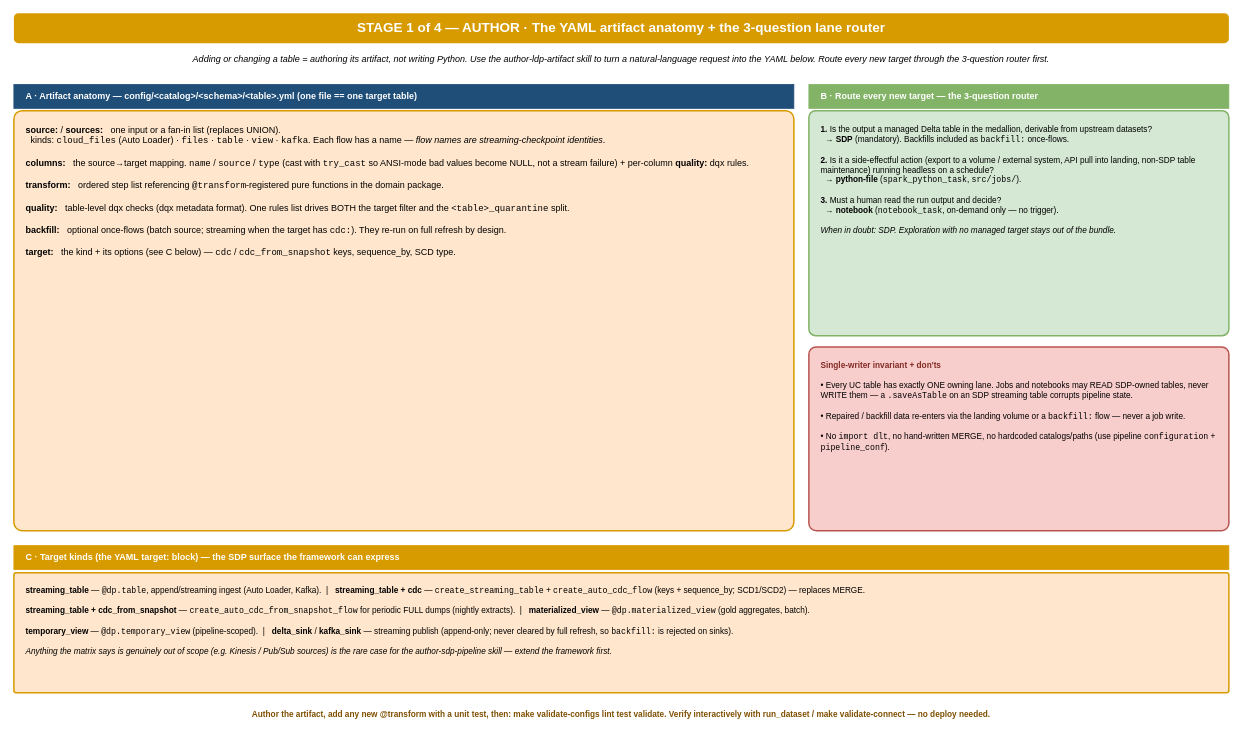
This is page "2 - AUTHOR - Artifact + lane router" (2 of 5) of design/01_design_config_driven_medallion.drawio from Vegash09/Demo_Lab, a draw.io file, before an edit. Source tidied: cells renumbered, new cells numbered last; positions are measured from the earlier drawing's top-left corner, leaving out a move shared by most shapes. Both pictures are drawn from the tidied source at 75%, with x=0, y=0 at pixel (14, 13).
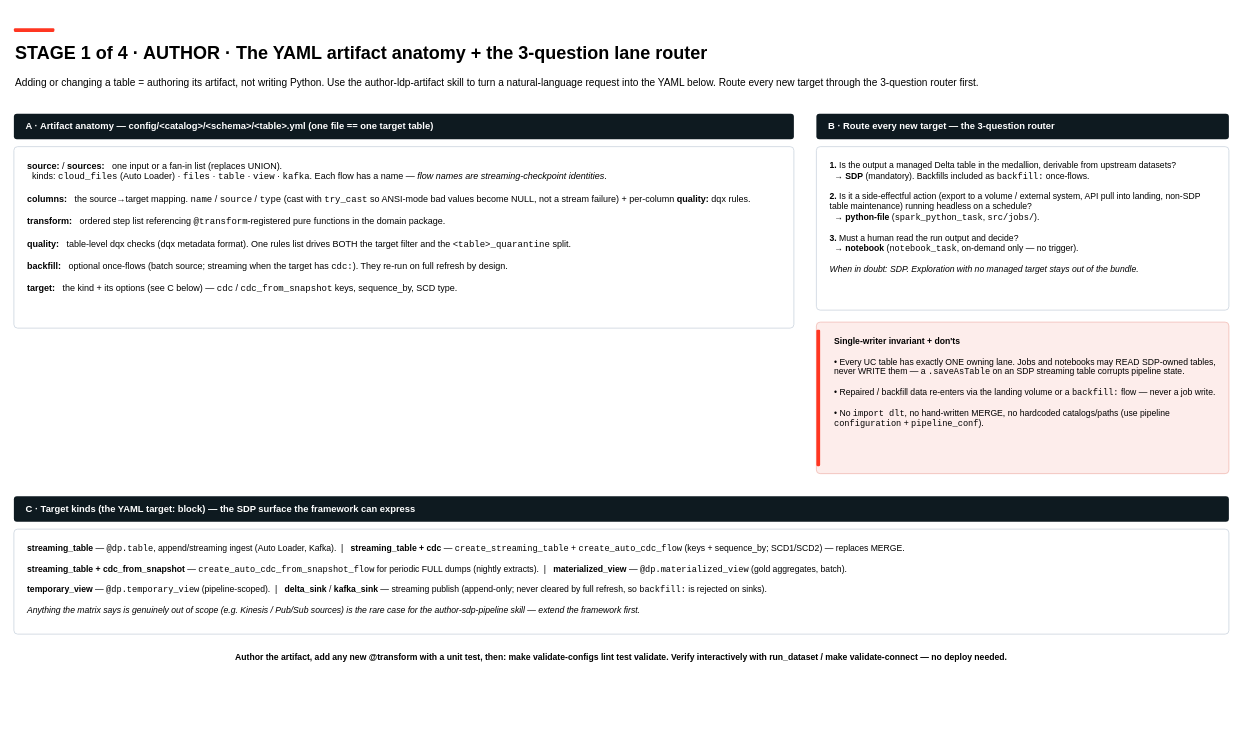
After the change.

The edit, as a diff of the source:
```diff
@@
 <mxGraphModel>
   <root>
     <mxCell id="0" />
     <mxCell id="1" parent="0" />
-    <mxCell id="2" value="STAGE 1 of 4  —  AUTHOR  ·  The YAML artifact anatomy + the 3-question lane router" style="text;html=1;strokeColor=none;fillColor=#D79B00;fontColor=#FFFFFF;align=center;verticalAlign=middle;whiteSpace=wrap;rounded=1;fontSize=18;fontStyle=1;" parent="1" vertex="1">
-      <mxGeometry width="1620" height="40" as="geometry" />
-    </mxCell>
+    <mxCell id="12" style="rounded=1;absoluteArcSize=1;arcSize=3;whiteSpace=wrap;html=1;fillColor=#FF3621;strokeColor=none;strokeWidth=1;fontColor=#000000;fontSize=13;align=center;verticalAlign=middle;spacingLeft=8;spacingRight=8;spacingTop=6;spacingBottom=6;fontFamily=Helvetica;" parent="1" vertex="1">
+      <mxGeometry y="20" width="54" height="5" as="geometry" />
+    </mxCell>
+    <mxCell id="13" value="&lt;b&gt;STAGE 1 of 4 · AUTHOR · The YAML artifact anatomy + the 3-question lane router&lt;/b&gt;" style="text;html=1;strokeColor=none;fillColor=none;align=left;verticalAlign=middle;whiteSpace=wrap;fontSize=24;fontColor=#000000;fontFamily=Helvetica;" parent="1" vertex="1">
+      <mxGeometry y="34" width="1620" height="38" as="geometry" />
+    </mxCell>
-    <mxCell id="3" value="Adding or changing a table = authoring its artifact, not writing Python. Use the author-ldp-artifact skill to turn a natural-language request into the YAML below. Route every new target through the 3-question router first." style="text;html=1;align=center;verticalAlign=middle;whiteSpace=wrap;fontSize=12;fontStyle=2;" parent="1" vertex="1">
-      <mxGeometry y="45" width="1620" height="34" as="geometry" />
+    <mxCell id="3" value="Adding or changing a table = authoring its artifact, not writing Python. Use the author-ldp-artifact skill to turn a natural-language request into the YAML below. Route every new target through the 3-question router first." style="text;html=1;strokeColor=none;fillColor=none;align=left;verticalAlign=middle;whiteSpace=wrap;fontSize=13.5;fontColor=#000000;fontFamily=Helvetica;" parent="1" vertex="1">
+      <mxGeometry y="78" width="1620" height="30" as="geometry" />
     </mxCell>
-    <mxCell id="4" value="A  ·  Artifact anatomy  —  config/&amp;lt;catalog&amp;gt;/&amp;lt;schema&amp;gt;/&amp;lt;table&amp;gt;.yml  (one file == one target table)" style="rounded=0;whiteSpace=wrap;html=1;fillColor=#1F4E79;strokeColor=#1F4E79;fontColor=#FFFFFF;align=left;verticalAlign=middle;spacingLeft=14;fontSize=12;fontStyle=1;" parent="1" vertex="1">
-      <mxGeometry y="95" width="1040" height="32" as="geometry" />
+    <mxCell id="4" value="&lt;b&gt;A  ·  Artifact anatomy  —  config/&amp;lt;catalog&amp;gt;/&amp;lt;schema&amp;gt;/&amp;lt;table&amp;gt;.yml  (one file == one target table)&lt;/b&gt;" style="rounded=1;absoluteArcSize=1;arcSize=8;whiteSpace=wrap;html=1;fillColor=#0E1A20;strokeColor=none;strokeWidth=1;fontColor=#FFFFFF;fontSize=12.5;align=left;verticalAlign=middle;spacingLeft=14;spacingRight=8;spacingTop=6;spacingBottom=6;fontFamily=Helvetica;" parent="1" vertex="1">
+      <mxGeometry y="134" width="1040" height="34" as="geometry" />
     </mxCell>
+    <mxCell id="6" value="&lt;b&gt;B  ·  Route every new target — the 3-question router&lt;/b&gt;" style="rounded=1;absoluteArcSize=1;arcSize=8;whiteSpace=wrap;html=1;fillColor=#0E1A20;strokeColor=none;strokeWidth=1;fontColor=#FFFFFF;fontSize=12.5;align=left;verticalAlign=middle;spacingLeft=14;spacingRight=8;spacingTop=6;spacingBottom=6;fontFamily=Helvetica;" parent="1" vertex="1">
+      <mxGeometry x="1070" y="134" width="550" height="34" as="geometry" />
+    </mxCell>
-    <mxCell id="5" value="&lt;b&gt;source:&lt;/b&gt; / &lt;b&gt;sources:&lt;/b&gt;&amp;nbsp;&amp;nbsp; one input or a fan-in list (replaces UNION).&lt;br&gt;&amp;nbsp;&amp;nbsp;kinds: &lt;tt&gt;cloud_files&lt;/tt&gt; (Auto Loader) · &lt;tt&gt;files&lt;/tt&gt; · &lt;tt&gt;table&lt;/tt&gt; · &lt;tt&gt;view&lt;/tt&gt; · &lt;tt&gt;kafka&lt;/tt&gt;. Each flow has a name — &lt;i&gt;flow names are streaming-checkpoint identities&lt;/i&gt;.&lt;br&gt;&lt;br&gt;&lt;b&gt;columns:&lt;/b&gt;&amp;nbsp;&amp;nbsp; the source→target mapping. &lt;tt&gt;name&lt;/tt&gt; / &lt;tt&gt;source&lt;/tt&gt; / &lt;tt&gt;type&lt;/tt&gt; (cast with &lt;tt&gt;try_cast&lt;/tt&gt; so ANSI-mode bad values become NULL, not a stream failure) + per-column &lt;b&gt;quality:&lt;/b&gt; dqx rules.&lt;br&gt;&lt;br&gt;&lt;b&gt;transform:&lt;/b&gt;&amp;nbsp;&amp;nbsp; ordered step list referencing &lt;tt&gt;@transform&lt;/tt&gt;-registered pure functions in the domain package.&lt;br&gt;&lt;br&gt;&lt;b&gt;quality:&lt;/b&gt;&amp;nbsp;&amp;nbsp; table-level dqx checks (dqx metadata format). One rules list drives BOTH the target filter and the &lt;tt&gt;&amp;lt;table&amp;gt;_quarantine&lt;/tt&gt; split.&lt;br&gt;&lt;br&gt;&lt;b&gt;backfill:&lt;/b&gt;&amp;nbsp;&amp;nbsp; optional once-flows (batch source; streaming when the target has &lt;tt&gt;cdc:&lt;/tt&gt;). They re-run on full refresh by design.&lt;br&gt;&lt;br&gt;&lt;b&gt;target:&lt;/b&gt;&amp;nbsp;&amp;nbsp; the kind + its options (see C below) — &lt;tt&gt;cdc&lt;/tt&gt; / &lt;tt&gt;cdc_from_snapshot&lt;/tt&gt; keys, sequence_by, SCD type." style="rounded=1;whiteSpace=wrap;html=1;fillColor=#FFE6CC;strokeColor=#D79B00;strokeWidth=2;align=left;verticalAlign=top;spacingLeft=14;spacingTop=12;spacingRight=14;fontSize=12;arcSize=2;" parent="1" vertex="1">
-      <mxGeometry y="130" width="1040" height="560" as="geometry" />
+    <mxCell id="5" value="&lt;b&gt;source:&lt;/b&gt; / &lt;b&gt;sources:&lt;/b&gt;&amp;nbsp;&amp;nbsp; one input or a fan-in list (replaces UNION).&lt;br&gt;&amp;nbsp;&amp;nbsp;kinds: &lt;tt&gt;cloud_files&lt;/tt&gt; (Auto Loader) · &lt;tt&gt;files&lt;/tt&gt; · &lt;tt&gt;table&lt;/tt&gt; · &lt;tt&gt;view&lt;/tt&gt; · &lt;tt&gt;kafka&lt;/tt&gt;. Each flow has a name — &lt;i&gt;flow names are streaming-checkpoint identities&lt;/i&gt;.&lt;br&gt;&lt;br&gt;&lt;b&gt;columns:&lt;/b&gt;&amp;nbsp;&amp;nbsp; the source→target mapping. &lt;tt&gt;name&lt;/tt&gt; / &lt;tt&gt;source&lt;/tt&gt; / &lt;tt&gt;type&lt;/tt&gt; (cast with &lt;tt&gt;try_cast&lt;/tt&gt; so ANSI-mode bad values become NULL, not a stream failure) + per-column &lt;b&gt;quality:&lt;/b&gt; dqx rules.&lt;br&gt;&lt;br&gt;&lt;b&gt;transform:&lt;/b&gt;&amp;nbsp;&amp;nbsp; ordered step list referencing &lt;tt&gt;@transform&lt;/tt&gt;-registered pure functions in the domain package.&lt;br&gt;&lt;br&gt;&lt;b&gt;quality:&lt;/b&gt;&amp;nbsp;&amp;nbsp; table-level dqx checks (dqx metadata format). One rules list drives BOTH the target filter and the &lt;tt&gt;&amp;lt;table&amp;gt;_quarantine&lt;/tt&gt; split.&lt;br&gt;&lt;br&gt;&lt;b&gt;backfill:&lt;/b&gt;&amp;nbsp;&amp;nbsp; optional once-flows (batch source; streaming when the target has &lt;tt&gt;cdc:&lt;/tt&gt;). They re-run on full refresh by design.&lt;br&gt;&lt;br&gt;&lt;b&gt;target:&lt;/b&gt;&amp;nbsp;&amp;nbsp; the kind + its options (see C below) — &lt;tt&gt;cdc&lt;/tt&gt; / &lt;tt&gt;cdc_from_snapshot&lt;/tt&gt; keys, sequence_by, SCD type." style="rounded=1;absoluteArcSize=1;arcSize=10;whiteSpace=wrap;html=1;fillColor=#FFFFFF;strokeColor=#C9D2DC;strokeWidth=1;fontColor=#000000;fontSize=12;align=left;verticalAlign=top;spacingLeft=16;spacingRight=14;spacingTop=12;spacingBottom=10;fontFamily=Helvetica;" parent="1" vertex="1">
+      <mxGeometry y="178" width="1040" height="242" as="geometry" />
     </mxCell>
-    <mxCell id="6" value="B  ·  Route every new target — the 3-question router" style="rounded=0;whiteSpace=wrap;html=1;fillColor=#82B366;strokeColor=#82B366;fontColor=#FFFFFF;align=left;verticalAlign=middle;spacingLeft=14;fontSize=12;fontStyle=1;" parent="1" vertex="1">
-      <mxGeometry x="1060" y="95" width="560" height="32" as="geometry" />
-    </mxCell>
-    <mxCell id="7" value="&lt;b&gt;1.&lt;/b&gt; Is the output a managed Delta table in the medallion, derivable from upstream datasets?&lt;br&gt;&amp;nbsp;&amp;nbsp;→ &lt;b&gt;SDP&lt;/b&gt; (mandatory). Backfills included as &lt;tt&gt;backfill:&lt;/tt&gt; once-flows.&lt;br&gt;&lt;br&gt;&lt;b&gt;2.&lt;/b&gt; Is it a side-effectful action (export to a volume / external system, API pull into landing, non-SDP table maintenance) running headless on a schedule?&lt;br&gt;&amp;nbsp;&amp;nbsp;→ &lt;b&gt;python-file&lt;/b&gt; (&lt;tt&gt;spark_python_task&lt;/tt&gt;, &lt;tt&gt;src/jobs/&lt;/tt&gt;).&lt;br&gt;&lt;br&gt;&lt;b&gt;3.&lt;/b&gt; Must a human read the run output and decide?&lt;br&gt;&amp;nbsp;&amp;nbsp;→ &lt;b&gt;notebook&lt;/b&gt; (&lt;tt&gt;notebook_task&lt;/tt&gt;, on-demand only — no trigger).&lt;br&gt;&lt;br&gt;&lt;i&gt;When in doubt: SDP. Exploration with no managed target stays out of the bundle.&lt;/i&gt;" style="rounded=1;whiteSpace=wrap;html=1;fillColor=#D5E8D4;strokeColor=#82B366;strokeWidth=2;align=left;verticalAlign=top;spacingLeft=14;spacingTop=12;spacingRight=14;fontSize=11;arcSize=3;" parent="1" vertex="1">
-      <mxGeometry x="1060" y="130" width="560" height="300" as="geometry" />
+    <mxCell id="7" value="&lt;b&gt;1.&lt;/b&gt; Is the output a managed Delta table in the medallion, derivable from upstream datasets?&lt;br&gt;&amp;nbsp;&amp;nbsp;→ &lt;b&gt;SDP&lt;/b&gt; (mandatory). Backfills included as &lt;tt&gt;backfill:&lt;/tt&gt; once-flows.&lt;br&gt;&lt;br&gt;&lt;b&gt;2.&lt;/b&gt; Is it a side-effectful action (export to a volume / external system, API pull into landing, non-SDP table maintenance) running headless on a schedule?&lt;br&gt;&amp;nbsp;&amp;nbsp;→ &lt;b&gt;python-file&lt;/b&gt; (&lt;tt&gt;spark_python_task&lt;/tt&gt;, &lt;tt&gt;src/jobs/&lt;/tt&gt;).&lt;br&gt;&lt;br&gt;&lt;b&gt;3.&lt;/b&gt; Must a human read the run output and decide?&lt;br&gt;&amp;nbsp;&amp;nbsp;→ &lt;b&gt;notebook&lt;/b&gt; (&lt;tt&gt;notebook_task&lt;/tt&gt;, on-demand only — no trigger).&lt;br&gt;&lt;br&gt;&lt;i&gt;When in doubt: SDP. Exploration with no managed target stays out of the bundle.&lt;/i&gt;" style="rounded=1;absoluteArcSize=1;arcSize=10;whiteSpace=wrap;html=1;fillColor=#FFFFFF;strokeColor=#C9D2DC;strokeWidth=1;fontColor=#000000;fontSize=11.5;align=left;verticalAlign=top;spacingLeft=16;spacingRight=14;spacingTop=12;spacingBottom=10;fontFamily=Helvetica;" parent="1" vertex="1">
+      <mxGeometry x="1070" y="178" width="550" height="218" as="geometry" />
     </mxCell>
-    <mxCell id="8" value="&lt;b style='color:#822B25;'&gt;Single-writer invariant + don'ts&lt;/b&gt;&lt;br&gt;&lt;br&gt;• Every UC table has exactly ONE owning lane. Jobs and notebooks may READ SDP-owned tables, never WRITE them — a &lt;tt&gt;.saveAsTable&lt;/tt&gt; on an SDP streaming table corrupts pipeline state.&lt;br&gt;&lt;br&gt;• Repaired / backfill data re-enters via the landing volume or a &lt;tt&gt;backfill:&lt;/tt&gt; flow — never a job write.&lt;br&gt;&lt;br&gt;• No &lt;tt&gt;import dlt&lt;/tt&gt;, no hand-written MERGE, no hardcoded catalogs/paths (use pipeline &lt;tt&gt;configuration&lt;/tt&gt; + &lt;tt&gt;pipeline_conf&lt;/tt&gt;)." style="rounded=1;whiteSpace=wrap;html=1;fillColor=#F8CECC;strokeColor=#B85450;strokeWidth=2;align=left;verticalAlign=top;spacingLeft=14;spacingTop=12;spacingRight=14;fontSize=11;arcSize=4;" parent="1" vertex="1">
-      <mxGeometry x="1060" y="445" width="560" height="245" as="geometry" />
+    <mxCell id="8" value="&lt;b&gt;Single-writer invariant + don'ts&lt;/b&gt;&lt;br&gt;&lt;br&gt;• Every UC table has exactly ONE owning lane. Jobs and notebooks may READ SDP-owned tables, never WRITE them — a &lt;tt&gt;.saveAsTable&lt;/tt&gt; on an SDP streaming table corrupts pipeline state.&lt;br&gt;&lt;br&gt;• Repaired / backfill data re-enters via the landing volume or a &lt;tt&gt;backfill:&lt;/tt&gt; flow — never a job write.&lt;br&gt;&lt;br&gt;• No &lt;tt&gt;import dlt&lt;/tt&gt;, no hand-written MERGE, no hardcoded catalogs/paths (use pipeline &lt;tt&gt;configuration&lt;/tt&gt; + &lt;tt&gt;pipeline_conf&lt;/tt&gt;)." style="rounded=1;absoluteArcSize=1;arcSize=10;whiteSpace=wrap;html=1;fillColor=#FDEDEB;strokeColor=#F0B9B1;strokeWidth=1;fontColor=#000000;fontSize=11.5;align=left;verticalAlign=top;spacingLeft=22;spacingRight=14;spacingTop=12;spacingBottom=10;fontFamily=Helvetica;" parent="1" vertex="1">
+      <mxGeometry x="1070" y="412" width="550" height="202" as="geometry" />
     </mxCell>
+    <mxCell id="14" style="rounded=1;absoluteArcSize=1;arcSize=3;whiteSpace=wrap;html=1;fillColor=#FF3621;strokeColor=none;strokeWidth=1;fontColor=#000000;fontSize=13;align=center;verticalAlign=middle;spacingLeft=8;spacingRight=8;spacingTop=6;spacingBottom=6;fontFamily=Helvetica;" parent="1" vertex="1">
+      <mxGeometry x="1070" y="422" width="5" height="182" as="geometry" />
+    </mxCell>
-    <mxCell id="9" value="C  ·  Target kinds (the YAML target: block) — the SDP surface the framework can express" style="rounded=0;whiteSpace=wrap;html=1;fillColor=#D79B00;strokeColor=#D79B00;fontColor=#FFFFFF;align=left;verticalAlign=middle;spacingLeft=14;fontSize=12;fontStyle=1;" parent="1" vertex="1">
-      <mxGeometry y="710" width="1620" height="32" as="geometry" />
+    <mxCell id="9" value="&lt;b&gt;C  ·  Target kinds (the YAML target: block) — the SDP surface the framework can express&lt;/b&gt;" style="rounded=1;absoluteArcSize=1;arcSize=8;whiteSpace=wrap;html=1;fillColor=#0E1A20;strokeColor=none;strokeWidth=1;fontColor=#FFFFFF;fontSize=12.5;align=left;verticalAlign=middle;spacingLeft=14;spacingRight=8;spacingTop=6;spacingBottom=6;fontFamily=Helvetica;" parent="1" vertex="1">
+      <mxGeometry y="644" width="1620" height="34" as="geometry" />
     </mxCell>
-    <mxCell id="10" value="&lt;b&gt;streaming_table&lt;/b&gt; — &lt;tt&gt;@dp.table&lt;/tt&gt;, append/streaming ingest (Auto Loader, Kafka).&amp;nbsp;&amp;nbsp;|&amp;nbsp;&amp;nbsp; &lt;b&gt;streaming_table + cdc&lt;/b&gt; — &lt;tt&gt;create_streaming_table&lt;/tt&gt; + &lt;tt&gt;create_auto_cdc_flow&lt;/tt&gt; (keys + sequence_by; SCD1/SCD2) — replaces MERGE.&lt;br&gt;&lt;br&gt;&lt;b&gt;streaming_table + cdc_from_snapshot&lt;/b&gt; — &lt;tt&gt;create_auto_cdc_from_snapshot_flow&lt;/tt&gt; for periodic FULL dumps (nightly extracts).&amp;nbsp;&amp;nbsp;|&amp;nbsp;&amp;nbsp; &lt;b&gt;materialized_view&lt;/b&gt; — &lt;tt&gt;@dp.materialized_view&lt;/tt&gt; (gold aggregates, batch).&lt;br&gt;&lt;br&gt;&lt;b&gt;temporary_view&lt;/b&gt; — &lt;tt&gt;@dp.temporary_view&lt;/tt&gt; (pipeline-scoped).&amp;nbsp;&amp;nbsp;|&amp;nbsp;&amp;nbsp; &lt;b&gt;delta_sink&lt;/b&gt; / &lt;b&gt;kafka_sink&lt;/b&gt; — streaming publish (append-only; never cleared by full refresh, so &lt;tt&gt;backfill:&lt;/tt&gt; is rejected on sinks).&lt;br&gt;&lt;br&gt;&lt;i&gt;Anything the matrix says is genuinely out of scope (e.g. Kinesis / Pub/Sub sources) is the rare case for the author-sdp-pipeline skill — extend the framework first.&lt;/i&gt;" style="rounded=1;whiteSpace=wrap;html=1;fillColor=#FFE6CC;strokeColor=#D79B00;strokeWidth=2;align=left;verticalAlign=top;spacingLeft=14;spacingTop=10;spacingRight=14;fontSize=11;arcSize=2;" parent="1" vertex="1">
-      <mxGeometry y="746" width="1620" height="160" as="geometry" />
+    <mxCell id="10" value="&lt;b&gt;streaming_table&lt;/b&gt; — &lt;tt&gt;@dp.table&lt;/tt&gt;, append/streaming ingest (Auto Loader, Kafka).&amp;nbsp;&amp;nbsp;|&amp;nbsp;&amp;nbsp; &lt;b&gt;streaming_table + cdc&lt;/b&gt; — &lt;tt&gt;create_streaming_table&lt;/tt&gt; + &lt;tt&gt;create_auto_cdc_flow&lt;/tt&gt; (keys + sequence_by; SCD1/SCD2) — replaces MERGE.&lt;br&gt;&lt;br&gt;&lt;b&gt;streaming_table + cdc_from_snapshot&lt;/b&gt; — &lt;tt&gt;create_auto_cdc_from_snapshot_flow&lt;/tt&gt; for periodic FULL dumps (nightly extracts).&amp;nbsp;&amp;nbsp;|&amp;nbsp;&amp;nbsp; &lt;b&gt;materialized_view&lt;/b&gt; — &lt;tt&gt;@dp.materialized_view&lt;/tt&gt; (gold aggregates, batch).&lt;br&gt;&lt;br&gt;&lt;b&gt;temporary_view&lt;/b&gt; — &lt;tt&gt;@dp.temporary_view&lt;/tt&gt; (pipeline-scoped).&amp;nbsp;&amp;nbsp;|&amp;nbsp;&amp;nbsp; &lt;b&gt;delta_sink&lt;/b&gt; / &lt;b&gt;kafka_sink&lt;/b&gt; — streaming publish (append-only; never cleared by full refresh, so &lt;tt&gt;backfill:&lt;/tt&gt; is rejected on sinks).&lt;br&gt;&lt;br&gt;&lt;i&gt;Anything the matrix says is genuinely out of scope (e.g. Kinesis / Pub/Sub sources) is the rare case for the author-sdp-pipeline skill — extend the framework first.&lt;/i&gt;" style="rounded=1;absoluteArcSize=1;arcSize=10;whiteSpace=wrap;html=1;fillColor=#FFFFFF;strokeColor=#C9D2DC;strokeWidth=1;fontColor=#000000;fontSize=11.5;align=left;verticalAlign=top;spacingLeft=16;spacingRight=14;spacingTop=12;spacingBottom=10;fontFamily=Helvetica;" parent="1" vertex="1">
+      <mxGeometry y="688" width="1620" height="140" as="geometry" />
     </mxCell>
-    <mxCell id="11" value="Author the artifact, add any new @transform with a unit test, then: make validate-configs lint test validate. Verify interactively with run_dataset / make validate-connect — no deploy needed." style="text;html=1;align=center;verticalAlign=middle;whiteSpace=wrap;fontSize=11;fontStyle=1;fontColor=#7F4F00;" parent="1" vertex="1">
-      <mxGeometry y="920" width="1620" height="30" as="geometry" />
+    <mxCell id="11" value="&lt;b&gt;Author the artifact, add any new @transform with a unit test, then: make validate-configs lint test validate. Verify interactively with run_dataset / make validate-connect — no deploy needed.&lt;/b&gt;" style="text;html=1;strokeColor=none;fillColor=none;align=center;verticalAlign=middle;whiteSpace=wrap;fontSize=11.5;fontColor=#000000;fontFamily=Helvetica;" parent="1" vertex="1">
+      <mxGeometry y="846" width="1620" height="26" as="geometry" />
     </mxCell>
   </root>
 </mxGraphModel>
```
